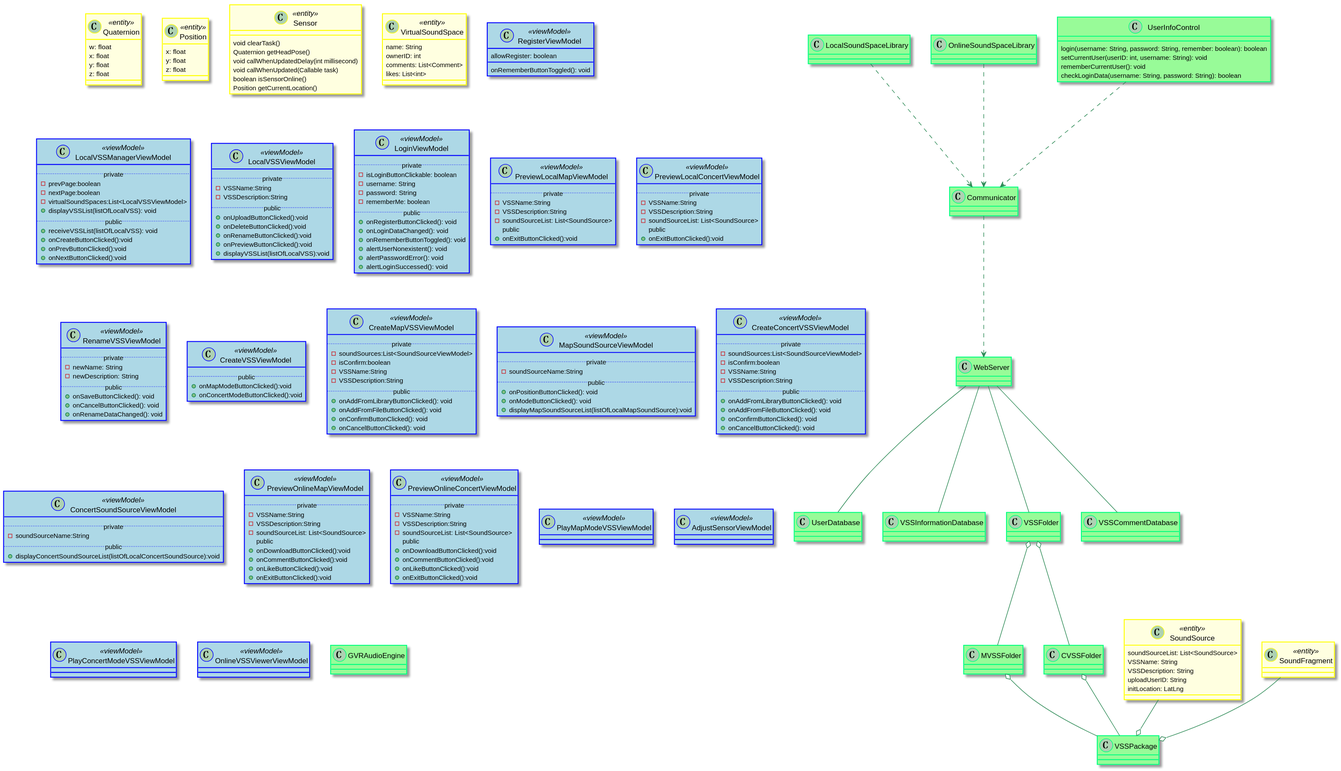
kpp19920121/doc keeps this PlantUML diagram as 设计/Diagrams/ClassDiagram.svg. Above is the earlier version.
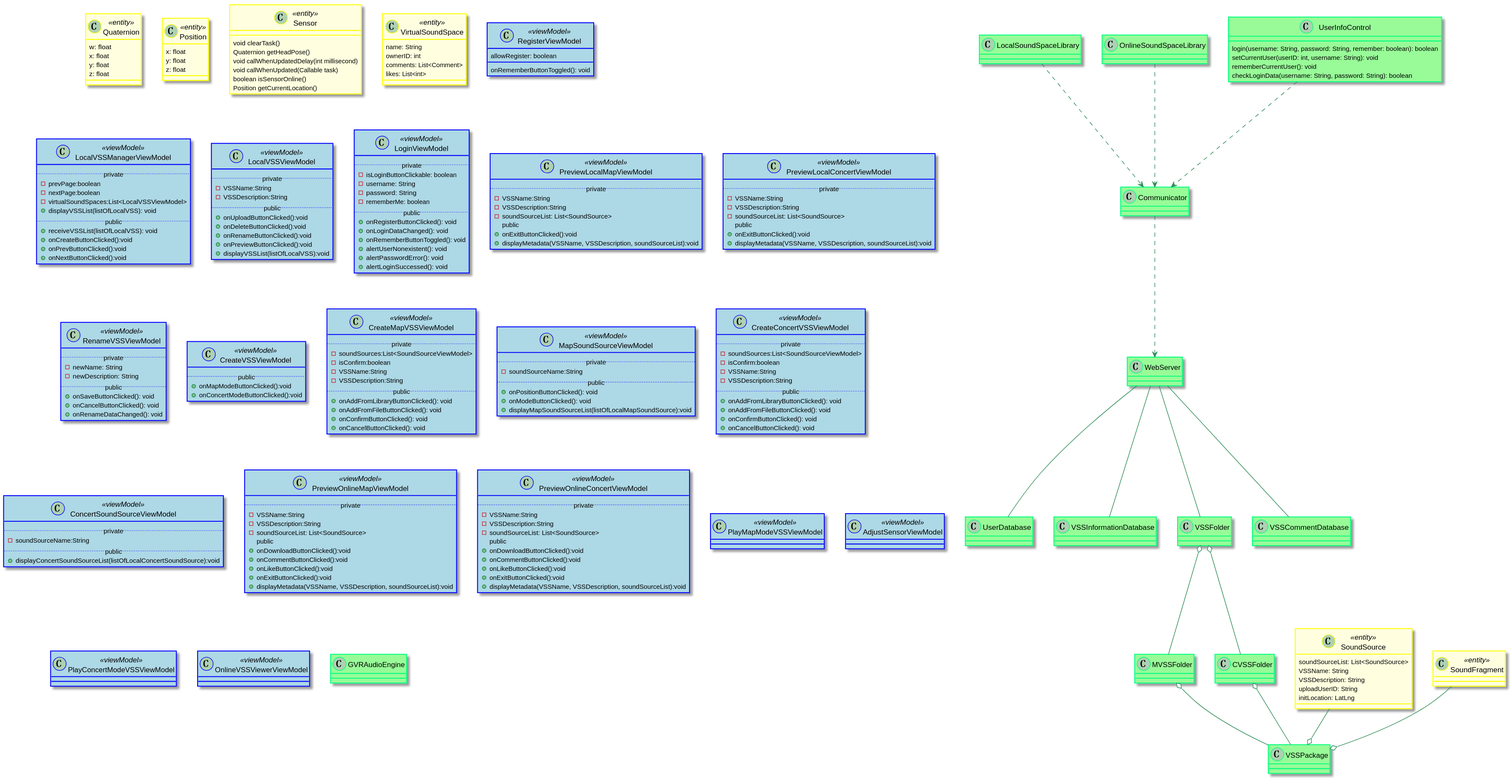
The same file after the commit.

What changed in the source:
```diff
@@ -106,6 +106,7 @@
 	- soundSourceList: List<SoundSource>
   ..public..
   +onExitButtonClicked():void
+	+displayMetadata(VSSName, VSSDescription, soundSourceList):void
 }
 class PreviewLocalConcertViewModel <<viewModel>> {
 	..private..
@@ -114,6 +115,7 @@
 	- soundSourceList: List<SoundSource>
   ..public..
   +onExitButtonClicked():void
+	+displayMetadata(VSSName, VSSDescription, soundSourceList):void
 }
 
 class RenameVSSViewModel <<viewModel>> {
@@ -179,6 +181,7 @@
   +onCommentButtonClicked():void
   +onLikeButtonClicked():void
   +onExitButtonClicked():void
+	+displayMetadata(VSSName, VSSDescription, soundSourceList):void
 }
 class PreviewOnlineConcertViewModel <<viewModel>> {
 	..private..
@@ -190,6 +193,7 @@
   +onCommentButtonClicked():void
   +onLikeButtonClicked():void
   +onExitButtonClicked():void
+	+displayMetadata(VSSName, VSSDescription, soundSourceList):void
 }
 class PlayMapModeVSSViewModel <<viewModel>> {
 
```
